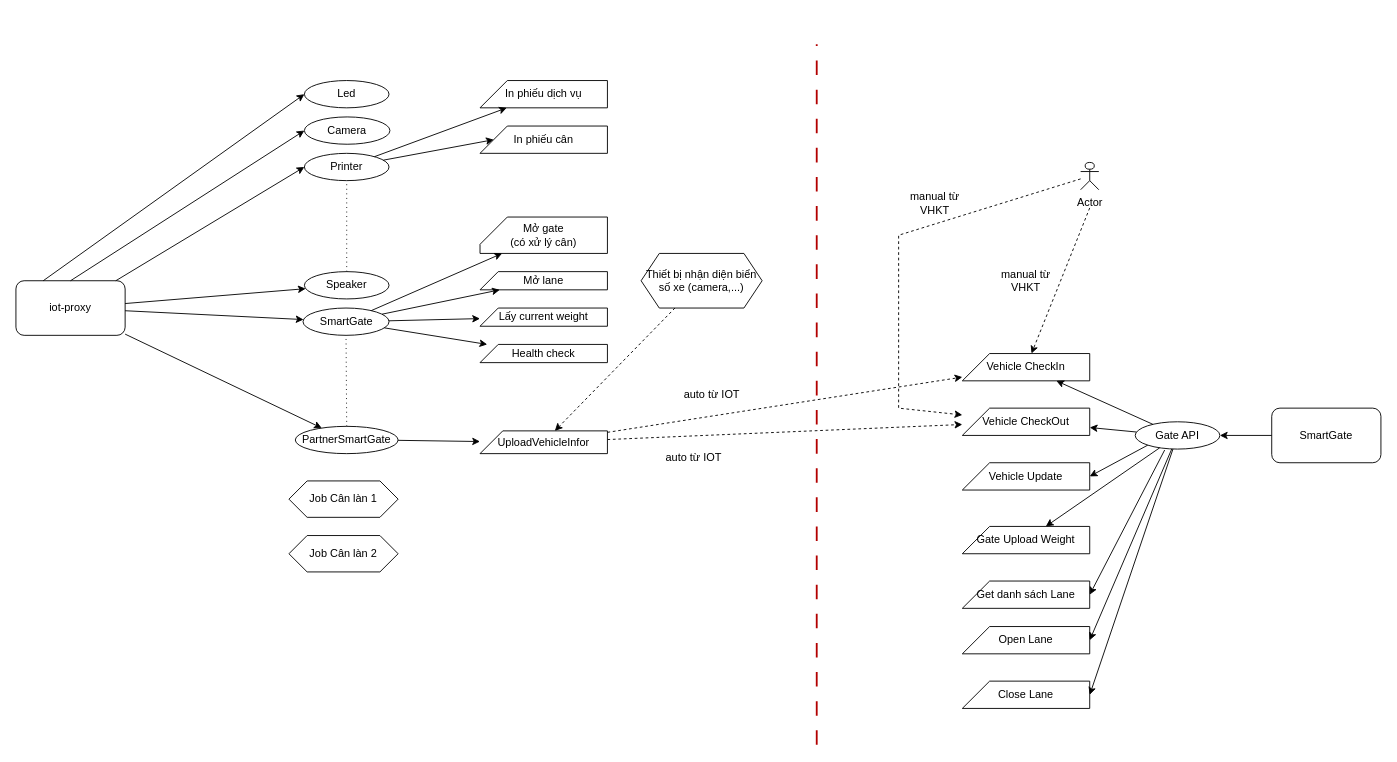
This is SmartGate.drawio from hiep1097/drawio, a draw.io file, before an edit. Source tidied: cells renumbered, new cells numbered last; positions are measured from the earlier drawing's top-left corner, leaving out a move shared by most shapes. Both pictures are drawn from the tidied source at 91%, with x=0, y=0 at pixel (15, 44).
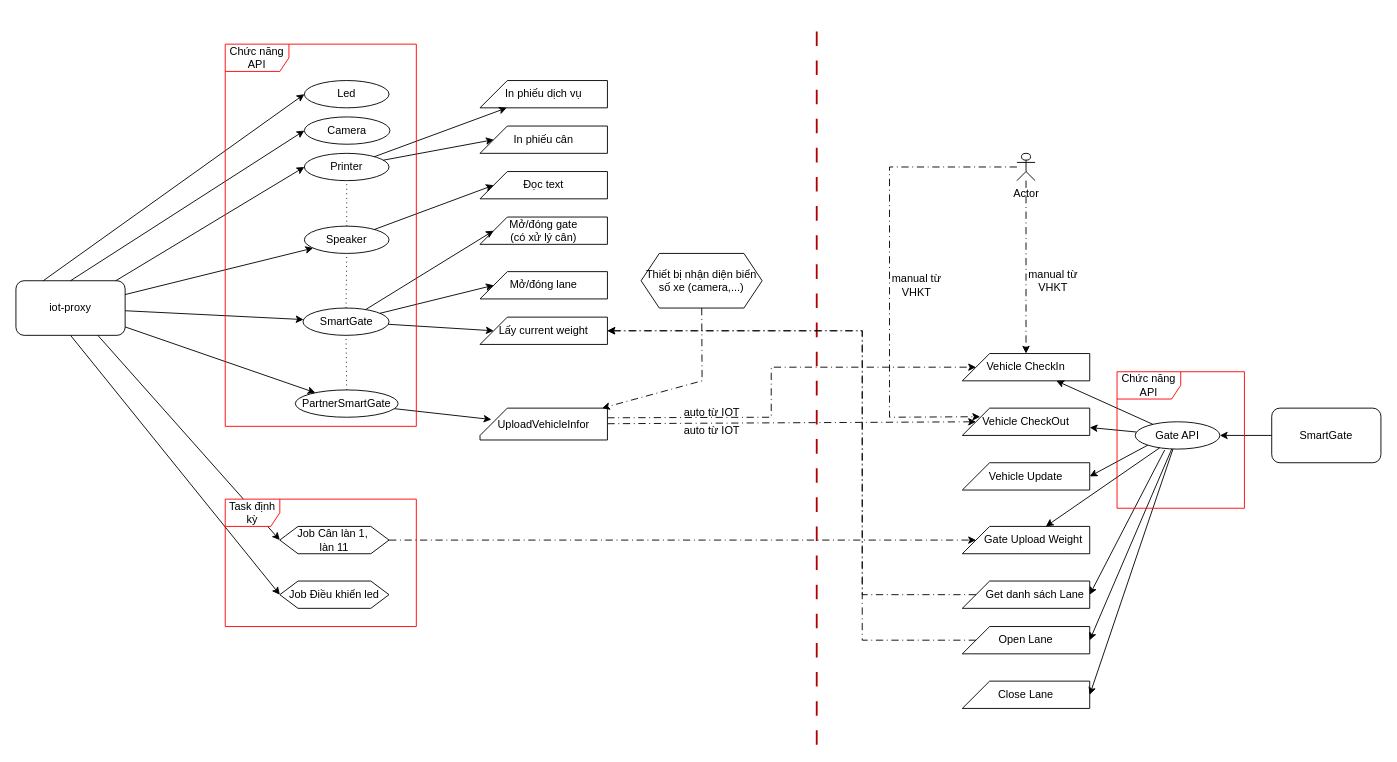
The same page after the edit.

Commit message:
Cập nhật SmartGate.drawio

Unchanged cells that the change refers to:
```xml
<mxCell id="2" value="iot-p&lt;span style=&quot;background-color: transparent; color: light-dark(rgb(0, 0, 0), rgb(255, 255, 255));&quot;&gt;roxy&lt;/span&gt;" style="rounded=1;whiteSpace=wrap;html=1;" parent="1" vertex="1">
  <mxGeometry y="260" width="120" height="60" as="geometry" />
</mxCell>
<mxCell id="6" value="SmartGate" style="ellipse;whiteSpace=wrap;html=1;" parent="1" vertex="1">
  <mxGeometry x="315.5" y="290" width="94.5" height="30" as="geometry" />
</mxCell>
<mxCell id="22" value="Vehicle CheckIn" style="shape=card;whiteSpace=wrap;html=1;" parent="1" vertex="1">
  <mxGeometry x="1040" y="340" width="140" height="30" as="geometry" />
</mxCell>
<mxCell id="23" value="Vehicle CheckOut" style="shape=card;whiteSpace=wrap;html=1;" parent="1" vertex="1">
  <mxGeometry x="1040" y="400" width="140" height="30" as="geometry" />
</mxCell>
<mxCell id="41" value="Thiết bị nhận diện biển số xe (camera,...)" style="shape=hexagon;perimeter=hexagonPerimeter2;whiteSpace=wrap;html=1;fixedSize=1;" parent="1" vertex="1">
  <mxGeometry x="687" y="230" width="133" height="60" as="geometry" />
</mxCell>
<mxCell id="53" value="Open Lane" style="shape=card;whiteSpace=wrap;html=1;" parent="1" vertex="1">
  <mxGeometry x="1040" y="640" width="140" height="30" as="geometry" />
</mxCell>
```

What changed in the source:
```diff
@@
     <mxCell id="4" value="Speaker" style="ellipse;whiteSpace=wrap;html=1;" parent="1" vertex="1">
-      <mxGeometry x="317" y="250" width="93" height="30" as="geometry" />
+      <mxGeometry x="317" y="200" width="93" height="30" as="geometry" />
     </mxCell>
@@
-    <mxCell id="7" value="Mở gate&lt;div&gt;(có xử lý cân)&lt;/div&gt;" style="shape=card;whiteSpace=wrap;html=1;" parent="1" vertex="1">
-      <mxGeometry x="510" y="190" width="140" height="40" as="geometry" />
+    <mxCell id="7" value="Mở/đóng gate&lt;div&gt;(có xử lý cân)&lt;/div&gt;" style="shape=card;whiteSpace=wrap;html=1;" parent="1" vertex="1">
+      <mxGeometry x="510" y="190" width="140" height="30" as="geometry" />
     </mxCell>
-    <mxCell id="8" value="Mở lane" style="shape=card;whiteSpace=wrap;html=1;" parent="1" vertex="1">
-      <mxGeometry x="510" y="250" width="140" height="20" as="geometry" />
+    <mxCell id="8" value="Mở/đóng lane" style="shape=card;whiteSpace=wrap;html=1;" parent="1" vertex="1">
+      <mxGeometry x="510" y="250" width="140" height="30" as="geometry" />
     </mxCell>
@@
-    <mxCell id="15" style="endArrow=classic;html=1;rounded=0;" parent="1" edge="1" source="6" target="7">
+    <mxCell id="15" style="endArrow=classic;html=1;rounded=0;entryX=0;entryY=0;entryDx=15;entryDy=15;entryPerimeter=0;" parent="1" edge="1" source="6" target="7">
       <mxGeometry relative="1" as="geometry" />
     </mxCell>
-    <mxCell id="16" style="endArrow=classic;html=1;rounded=0;" parent="1" edge="1" source="6" target="8">
+    <mxCell id="16" style="endArrow=classic;html=1;rounded=0;entryX=0;entryY=0;entryDx=15;entryDy=15;entryPerimeter=0;" parent="1" edge="1" source="6" target="8">
       <mxGeometry relative="1" as="geometry" />
     </mxCell>
     <mxCell id="17" value="Lấy current weight" style="shape=card;whiteSpace=wrap;html=1;" parent="1" vertex="1">
-      <mxGeometry x="510" y="290" width="140" height="20" as="geometry" />
+      <mxGeometry x="510" y="300" width="140" height="30" as="geometry" />
     </mxCell>
-    <mxCell id="18" style="endArrow=classic;html=1;rounded=0;" parent="1" edge="1" source="6" target="17">
+    <mxCell id="18" style="endArrow=classic;html=1;rounded=0;entryX=0;entryY=0;entryDx=15;entryDy=15;entryPerimeter=0;" parent="1" edge="1" source="6" target="17">
       <mxGeometry relative="1" as="geometry" />
     </mxCell>
-    <mxCell id="19" value="Health check" style="shape=card;whiteSpace=wrap;html=1;" parent="1" vertex="1">
-      <mxGeometry x="510" y="330" width="140" height="20" as="geometry" />
-    </mxCell>
@@
-    <mxCell id="27" style="endArrow=classic;html=1;rounded=0;" parent="1" edge="1" source="6" target="19">
-      <mxGeometry relative="1" as="geometry" />
-    </mxCell>
     <mxCell id="28" value="PartnerSmartGate" style="ellipse;whiteSpace=wrap;html=1;" parent="1" vertex="1">
-      <mxGeometry x="307" y="420" width="113" height="30" as="geometry" />
+      <mxGeometry x="307" y="380" width="113" height="30" as="geometry" />
     </mxCell>
@@
-    <mxCell id="30" style="endArrow=classic;html=1;rounded=0;dashed=1;" parent="1" edge="1" source="37" target="22">
-      <mxGeometry relative="1" as="geometry" />
+    <mxCell id="30" style="endArrow=classic;html=1;rounded=0;dashed=1;entryX=0;entryY=0;entryDx=15;entryDy=15;entryPerimeter=0;exitX=0.999;exitY=0.303;exitDx=0;exitDy=0;exitPerimeter=0;dashPattern=8 4 1 4;" parent="1" edge="1" source="37" target="22">
+      <mxGeometry relative="1" as="geometry">
+        <Array as="points">
+          <mxPoint x="830" y="410" />
+          <mxPoint x="830" y="355" />
+        </Array>
+      </mxGeometry>
     </mxCell>
     <mxCell id="31" value="auto từ IOT" style="text;html=1;whiteSpace=wrap;strokeColor=none;fillColor=none;align=center;verticalAlign=middle;rounded=0;" parent="1" vertex="1">
-      <mxGeometry x="720" y="370" width="90" height="30" as="geometry" />
+      <mxGeometry x="720" y="390" width="90" height="30" as="geometry" />
     </mxCell>
     <mxCell id="32" value="Actor" style="shape=umlActor;verticalLabelPosition=bottom;verticalAlign=top;html=1;outlineConnect=0;" parent="1" vertex="1">
-      <mxGeometry x="1170" y="130" width="20" height="30" as="geometry" />
+      <mxGeometry x="1100" y="120" width="20" height="30" as="geometry" />
     </mxCell>
-    <mxCell id="33" style="endArrow=classic;html=1;rounded=0;dashed=1;" parent="1" edge="1" target="22">
-      <mxGeometry relative="1" as="geometry">
-        <mxPoint x="1180" y="180" as="sourcePoint" />
-      </mxGeometry>
+    <mxCell id="33" style="endArrow=classic;html=1;rounded=0;dashed=1;dashPattern=8 4 1 4;" parent="1" edge="1" source="32" target="22">
+      <mxGeometry relative="1" as="geometry" />
     </mxCell>
     <mxCell id="34" value="manual từ VHKT" style="text;html=1;whiteSpace=wrap;strokeColor=none;fillColor=none;align=center;verticalAlign=middle;rounded=0;" parent="1" vertex="1">
-      <mxGeometry x="1080" y="245" width="60" height="30" as="geometry" />
+      <mxGeometry x="1110" y="245" width="60" height="30" as="geometry" />
     </mxCell>
-    <mxCell id="35" style="endArrow=classic;html=1;rounded=0;dashed=1;" parent="1" edge="1" source="37" target="23">
+    <mxCell id="35" style="endArrow=classic;html=1;rounded=0;dashed=1;entryX=0;entryY=0;entryDx=15;entryDy=15;entryPerimeter=0;dashPattern=8 4 1 4;" parent="1" edge="1" source="37" target="23">
       <mxGeometry relative="1" as="geometry" />
     </mxCell>
-    <mxCell id="36" style="endArrow=classic;html=1;rounded=0;dashed=1;" parent="1" edge="1" source="32" target="23">
+    <mxCell id="36" style="endArrow=classic;html=1;rounded=0;dashed=1;entryX=0.14;entryY=0.314;entryDx=0;entryDy=0;entryPerimeter=0;dashPattern=8 4 1 4;" parent="1" edge="1" source="32" target="23">
       <mxGeometry relative="1" as="geometry">
         <Array as="points">
-          <mxPoint x="970" y="210" />
-          <mxPoint x="970" y="400" />
+          <mxPoint x="960" y="135" />
+          <mxPoint x="960" y="410" />
         </Array>
       </mxGeometry>
     </mxCell>
     <mxCell id="37" value="UploadVehicleInfor" style="shape=card;whiteSpace=wrap;html=1;" parent="1" vertex="1">
-      <mxGeometry x="510" y="425" width="140" height="25" as="geometry" />
+      <mxGeometry x="510" y="400" width="140" height="35" as="geometry" />
     </mxCell>
-    <mxCell id="38" style="endArrow=classic;html=1;rounded=0;" parent="1" edge="1" source="28" target="37">
+    <mxCell id="38" style="endArrow=classic;html=1;rounded=0;entryX=0;entryY=0;entryDx=12.5;entryDy=12.5;entryPerimeter=0;" parent="1" edge="1" source="28" target="37">
       <mxGeometry relative="1" as="geometry" />
     </mxCell>
     <mxCell id="39" value="auto từ IOT" style="text;html=1;whiteSpace=wrap;strokeColor=none;fillColor=none;align=center;verticalAlign=middle;rounded=0;" parent="1" vertex="1">
-      <mxGeometry x="700" y="440" width="90" height="30" as="geometry" />
+      <mxGeometry x="720" y="410" width="90" height="30" as="geometry" />
     </mxCell>
     <mxCell id="40" value="manual từ VHKT" style="text;html=1;whiteSpace=wrap;strokeColor=none;fillColor=none;align=center;verticalAlign=middle;rounded=0;" parent="1" vertex="1">
-      <mxGeometry x="980" y="160" width="60" height="30" as="geometry" />
+      <mxGeometry x="960" y="250" width="60" height="30" as="geometry" />
     </mxCell>
@@
-    <mxCell id="42" style="endArrow=classic;html=1;rounded=0;dashed=1;" parent="1" edge="1" source="41" target="37">
-      <mxGeometry relative="1" as="geometry" />
+    <mxCell id="42" style="endArrow=classic;html=1;rounded=0;dashed=1;dashPattern=8 4 1 4;" parent="1" edge="1" source="41" target="37">
+      <mxGeometry relative="1" as="geometry">
+        <Array as="points">
+          <mxPoint x="754" y="370" />
+        </Array>
+      </mxGeometry>
     </mxCell>
     <mxCell id="43" style="endArrow=none;html=1;rounded=0;dashed=1;dashPattern=8 8;strokeWidth=2;fillColor=#e51400;strokeColor=#B20000;" parent="1" edge="1">
       <mxGeometry relative="1" as="geometry">
         <mxPoint x="880" y="770" as="sourcePoint" />
-        <mxPoint x="880" as="targetPoint" />
+        <mxPoint x="880" y="-30" as="targetPoint" />
       </mxGeometry>
     </mxCell>
@@
-    <mxCell id="50" value="Job Cân làn 1" style="shape=hexagon;perimeter=hexagonPerimeter2;whiteSpace=wrap;html=1;fixedSize=1;" parent="1" vertex="1">
-      <mxGeometry x="300" y="480" width="120" height="40" as="geometry" />
+    <mxCell id="50" value="Job Cân làn 1,&amp;nbsp;&lt;div&gt;làn 11&lt;/div&gt;" style="shape=hexagon;perimeter=hexagonPerimeter2;whiteSpace=wrap;html=1;fixedSize=1;" parent="1" vertex="1">
+      <mxGeometry x="290" y="530" width="120" height="30" as="geometry" />
     </mxCell>
-    <mxCell id="51" value="Job Cân làn 2" style="shape=hexagon;perimeter=hexagonPerimeter2;whiteSpace=wrap;html=1;fixedSize=1;" parent="1" vertex="1">
-      <mxGeometry x="300" y="540" width="120" height="40" as="geometry" />
-    </mxCell>
-    <mxCell id="52" value="Gate Upload Weight" style="shape=card;whiteSpace=wrap;html=1;" parent="1" vertex="1">
+    <mxCell id="52" value="&amp;nbsp; &amp;nbsp; &amp;nbsp;Gate Upload Weight" style="shape=card;whiteSpace=wrap;html=1;" parent="1" vertex="1">
       <mxGeometry x="1040" y="530" width="140" height="30" as="geometry" />
     </mxCell>
@@
-    <mxCell id="55" value="Get danh sách Lane" style="shape=card;whiteSpace=wrap;html=1;" parent="1" vertex="1">
+    <mxCell id="55" value="&amp;nbsp; &amp;nbsp; &amp;nbsp; Get danh sách Lane" style="shape=card;whiteSpace=wrap;html=1;" parent="1" vertex="1">
       <mxGeometry x="1040" y="590" width="140" height="30" as="geometry" />
     </mxCell>
@@
+    <mxCell id="62" value="Job Điều khiển led" style="shape=hexagon;perimeter=hexagonPerimeter2;whiteSpace=wrap;html=1;fixedSize=1;" parent="1" vertex="1">
+      <mxGeometry x="290" y="590" width="120" height="30" as="geometry" />
+    </mxCell>
+    <mxCell id="63" style="endArrow=classic;html=1;rounded=0;exitX=0.75;exitY=1;exitDx=0;exitDy=0;entryX=0;entryY=0.5;entryDx=0;entryDy=0;" parent="1" edge="1" source="2" target="50">
+      <mxGeometry relative="1" as="geometry" />
+    </mxCell>
+    <mxCell id="64" style="endArrow=classic;html=1;rounded=0;entryX=0;entryY=0.5;entryDx=0;entryDy=0;exitX=0.5;exitY=1;exitDx=0;exitDy=0;" parent="1" edge="1" source="2" target="62">
+      <mxGeometry relative="1" as="geometry" />
+    </mxCell>
+    <mxCell id="65" style="endArrow=none;dashed=1;html=1;rounded=0;dashPattern=1 4;" parent="1" edge="1" source="6" target="4">
+      <mxGeometry relative="1" as="geometry" />
+    </mxCell>
+    <mxCell id="66" value="Đọc text" style="shape=card;whiteSpace=wrap;html=1;" parent="1" vertex="1">
+      <mxGeometry x="510" y="140" width="140" height="30" as="geometry" />
+    </mxCell>
+    <mxCell id="67" style="endArrow=classic;html=1;rounded=0;entryX=0;entryY=0;entryDx=15;entryDy=15;entryPerimeter=0;" parent="1" edge="1" source="4" target="66">
+      <mxGeometry relative="1" as="geometry" />
+    </mxCell>
+    <mxCell id="68" value="Task định kỳ" style="shape=umlFrame;whiteSpace=wrap;html=1;strokeColor=#FF0000;" parent="1" vertex="1">
+      <mxGeometry x="230" y="500" width="210" height="140" as="geometry" />
+    </mxCell>
+    <mxCell id="69" value="Chức năng API" style="shape=umlFrame;whiteSpace=wrap;html=1;gradientColor=none;strokeColor=#FF0000;width=70;height=30;" parent="1" vertex="1">
+      <mxGeometry x="230" width="210" height="420" as="geometry" />
+    </mxCell>
+    <mxCell id="70" value="Chức năng API" style="shape=umlFrame;whiteSpace=wrap;html=1;gradientColor=none;strokeColor=#FF0000;width=70;height=30;" parent="1" vertex="1">
+      <mxGeometry x="1210" y="360" width="140" height="150" as="geometry" />
+    </mxCell>
+    <mxCell id="71" style="endArrow=classic;html=1;rounded=0;dashed=1;entryX=0;entryY=0;entryDx=15;entryDy=15;entryPerimeter=0;dashPattern=8 4 1 4;" parent="1" edge="1" source="50" target="52">
+      <mxGeometry relative="1" as="geometry" />
+    </mxCell>
+    <mxCell id="72" style="endArrow=classic;html=1;rounded=0;exitX=0;exitY=0;exitDx=15;exitDy=15;exitPerimeter=0;dashed=1;dashPattern=8 4 1 4;" parent="1" edge="1" source="53" target="17">
+      <mxGeometry relative="1" as="geometry">
+        <Array as="points">
+          <mxPoint x="930" y="655" />
+          <mxPoint x="930" y="315" />
+        </Array>
+      </mxGeometry>
+    </mxCell>
+    <mxCell id="73" style="endArrow=classic;html=1;rounded=0;exitX=0;exitY=0;exitDx=15;exitDy=15;exitPerimeter=0;dashed=1;dashPattern=8 4 1 4;" parent="1" edge="1" source="55" target="17">
+      <mxGeometry relative="1" as="geometry">
+        <Array as="points">
+          <mxPoint x="930" y="605" />
+          <mxPoint x="930" y="315" />
+        </Array>
+      </mxGeometry>
+    </mxCell>
```
